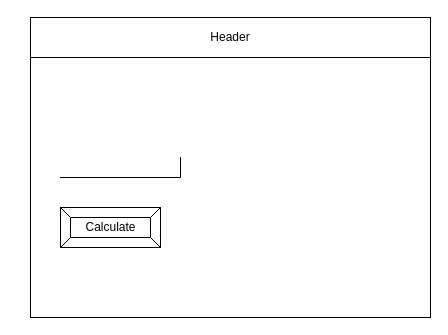
Earlier version of the draw.io diagram page "Page-1" (1 of 2) of design/story-board.drawio (ashley-monaghan/ICS2OR-Unit-3-02). Source tidied: cells renumbered, new cells numbered last; positions are measured from the earlier drawing's top-left corner, leaving out a move shared by most shapes. Both pictures are drawn from the tidied source at 100%, with x=0, y=0 at pixel (30, 17).
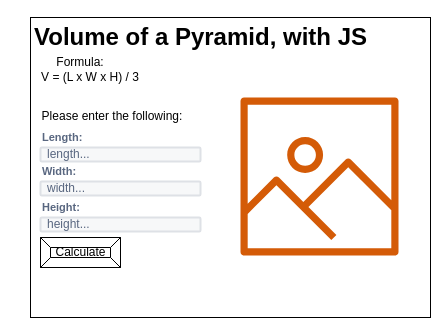
The same diagram, later.

Commit message (it also covers changes not shown here):
Added storyboard and flowchart

Change to the diagram source:
```diff
@@
 <mxGraphModel>
   <root>
     <mxCell id="0" />
     <mxCell id="1" parent="0" />
     <mxCell id="2" style="rounded=0;whiteSpace=wrap;html=1;" parent="1" vertex="1">
       <mxGeometry width="400" height="300" as="geometry" />
     </mxCell>
-    <mxCell id="3" value="Header" style="rounded=0;whiteSpace=wrap;html=1;" parent="1" vertex="1">
-      <mxGeometry width="400" height="40" as="geometry" />
-    </mxCell>
-    <mxCell id="4" style="shape=partialRectangle;whiteSpace=wrap;html=1;top=0;left=0;fillColor=none;" parent="1" vertex="1">
-      <mxGeometry x="30" y="140" width="120" height="20" as="geometry" />
-    </mxCell>
     <mxCell id="5" value="Calculate" style="labelPosition=center;verticalLabelPosition=middle;align=center;html=1;shape=mxgraph.basic.button;dx=10;" parent="1" vertex="1">
-      <mxGeometry x="30" y="190" width="100" height="40" as="geometry" />
+      <mxGeometry x="10" y="220" width="80" height="30" as="geometry" />
     </mxCell>
+    <mxCell id="6" value="Length:" style="fillColor=none;strokeColor=none;html=1;fontSize=11;fontStyle=0;align=left;fontColor=#596780;fontStyle=1;fontSize=11;" parent="1" vertex="1">
+      <mxGeometry x="10" y="110" width="240" height="20" as="geometry" />
+    </mxCell>
+    <mxCell id="7" value="length..." style="rounded=1;arcSize=9;fillColor=#F7F8F9;align=left;spacingLeft=5;strokeColor=#DEE1E6;html=1;strokeWidth=2;fontColor=#596780;fontSize=12;" parent="1" vertex="1">
+      <mxGeometry x="10" y="130" width="160" height="14" as="geometry" />
+    </mxCell>
+    <mxCell id="8" value="width..." style="rounded=1;arcSize=9;fillColor=#F7F8F9;align=left;spacingLeft=5;strokeColor=#DEE1E6;html=1;strokeWidth=2;fontColor=#596780;fontSize=12;" parent="1" vertex="1">
+      <mxGeometry x="10" y="164" width="160" height="14" as="geometry" />
+    </mxCell>
+    <mxCell id="9" value="height..." style="rounded=1;arcSize=9;fillColor=#F7F8F9;align=left;spacingLeft=5;strokeColor=#DEE1E6;html=1;strokeWidth=2;fontColor=#596780;fontSize=12;" parent="1" vertex="1">
+      <mxGeometry x="10" y="200" width="160" height="14" as="geometry" />
+    </mxCell>
+    <mxCell id="10" value="Height:" style="fillColor=none;strokeColor=none;html=1;fontSize=11;fontStyle=0;align=left;fontColor=#596780;fontStyle=1;fontSize=11;" parent="1" vertex="1">
+      <mxGeometry x="10" y="180" width="240" height="20" as="geometry" />
+    </mxCell>
+    <mxCell id="11" value="Width:" style="fillColor=none;strokeColor=none;html=1;fontSize=11;fontStyle=0;align=left;fontColor=#596780;fontStyle=1;fontSize=11;" parent="1" vertex="1">
+      <mxGeometry x="10" y="144" width="240" height="20" as="geometry" />
+    </mxCell>
+    <mxCell id="12" style="sketch=0;fontColor=#232F3E;gradientColor=none;fillColor=#D45B07;strokeColor=none;dashed=0;verticalLabelPosition=bottom;verticalAlign=top;align=center;html=1;fontSize=12;fontStyle=0;shape=mxgraph.aws4.container_registry_image;" parent="1" vertex="1">
+      <mxGeometry x="210" y="80" width="158" height="158" as="geometry" />
+    </mxCell>
+    <mxCell id="13" value="Volume of a Pyramid, with JS" style="text;strokeColor=none;fillColor=none;html=1;fontSize=24;fontStyle=1;verticalAlign=middle;align=center;" parent="1" vertex="1">
+      <mxGeometry x="120" width="100" height="40" as="geometry" />
+    </mxCell>
+    <mxCell id="14" value="Formula:" style="text;html=1;strokeColor=none;fillColor=none;align=center;verticalAlign=middle;whiteSpace=wrap;rounded=0;" parent="1" vertex="1">
+      <mxGeometry x="20" y="30" width="60" height="30" as="geometry" />
+    </mxCell>
+    <mxCell id="15" value="V = (L x W x H) / 3" style="text;html=1;strokeColor=none;fillColor=none;align=center;verticalAlign=middle;whiteSpace=wrap;overflow=hidden;" parent="1" vertex="1">
+      <mxGeometry x="-10" y="50" width="140" height="20" as="geometry" />
+    </mxCell>
+    <mxCell id="16" value="Please enter the following:" style="text;html=1;strokeColor=none;fillColor=none;align=center;verticalAlign=middle;whiteSpace=wrap;overflow=hidden;" parent="1" vertex="1">
+      <mxGeometry x="-13" y="74" width="190" height="50" as="geometry" />
+    </mxCell>
   </root>
 </mxGraphModel>
```
